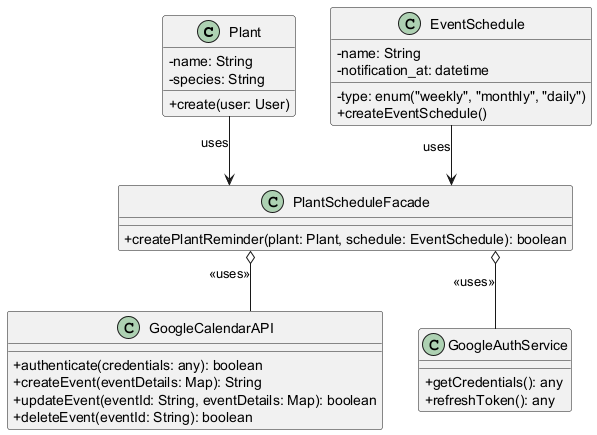
UnBArqDsw2025-1-Turma02/2025.1-T02-G3_PlanteVcMesmo_Entrega_03 keeps this PlantUML diagram as docs/assets/rascunho-facade.png. Above is the earlier version.
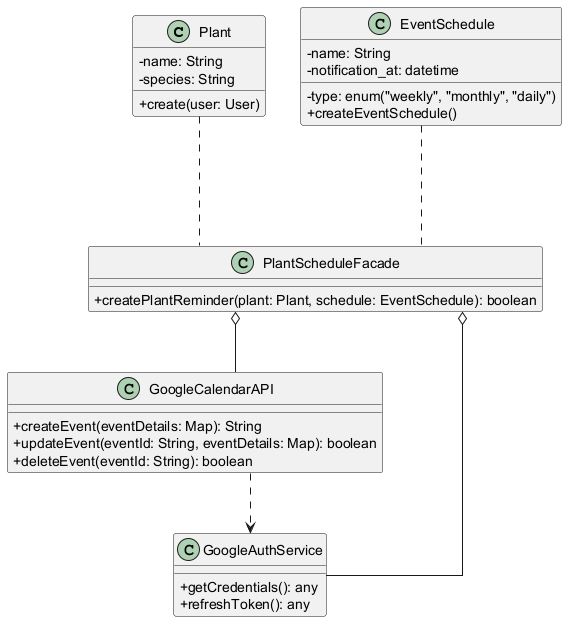
The same file after the commit.

Commit message:
docs: ajustes conforme revisão do PR #6

Change to the diagram source:
```diff
@@ -19,21 +19,26 @@
     + createPlantReminder(plant: Plant, schedule: EventSchedule): boolean
 }
 
-class GoogleCalendarAPI {
-    + authenticate(credentials: any): boolean
-    + createEvent(eventDetails: Map): String
-    + updateEvent(eventId: String, eventDetails: Map): boolean
-    + deleteEvent(eventId: String): boolean
+together{
+  class GoogleCalendarAPI {
+      + createEvent(eventDetails: Map): String
+      + updateEvent(eventId: String, eventDetails: Map): boolean
+      + deleteEvent(eventId: String): boolean
+  }
+
+  class GoogleAuthService {
+      + getCredentials(): any
+      + refreshToken(): any
+}
 }
 
-class GoogleAuthService {
-    + getCredentials(): any
-    + refreshToken(): any
-}
 
-Plant --> PlantScheduleFacade : uses
-EventSchedule --> PlantScheduleFacade : uses
+Plant ..- PlantScheduleFacade
+EventSchedule ..- PlantScheduleFacade
 
-PlantScheduleFacade o-- GoogleCalendarAPI : <<uses>>
-PlantScheduleFacade o-- GoogleAuthService : <<uses>>
+PlantScheduleFacade o-- GoogleCalendarAPI
+PlantScheduleFacade o-- GoogleAuthService
+
+GoogleCalendarAPI ..> GoogleAuthService
+
 @enduml
```
